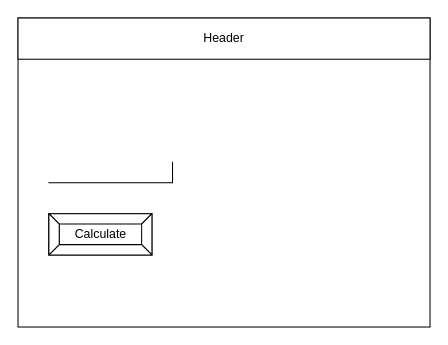
Lucas-Tyman/ICS2O-Unit5-02-HTML keeps this draw.io diagram as design/story-board.drawio. Above is the earlier version. Source tidied: cells renumbered, new cells numbered last; positions are measured from the earlier drawing's top-left corner, leaving out a move shared by most shapes. Both pictures are drawn from the tidied source at 103%, with x=0, y=0 at pixel (18, 18).
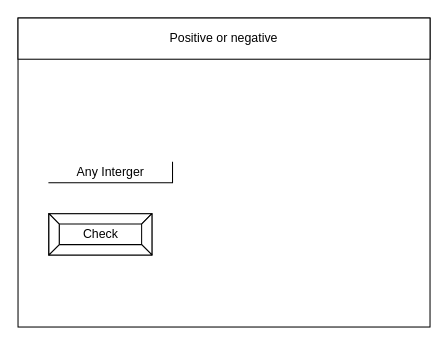
The same page after the edit.

Commit message (it also covers changes not shown here):
story board

The edit, as a diff of the source:
```diff
@@
 <mxGraphModel>
   <root>
     <mxCell id="0" />
     <mxCell id="1" parent="0" />
     <mxCell id="2" style="rounded=0;whiteSpace=wrap;html=1;" parent="1" vertex="1">
       <mxGeometry width="400" height="300" as="geometry" />
     </mxCell>
-    <mxCell id="3" value="Header" style="rounded=0;whiteSpace=wrap;html=1;" parent="1" vertex="1">
+    <mxCell id="3" value="Positive or negative" style="rounded=0;whiteSpace=wrap;html=1;" parent="1" vertex="1">
       <mxGeometry width="400" height="40" as="geometry" />
     </mxCell>
-    <mxCell id="4" style="shape=partialRectangle;whiteSpace=wrap;html=1;top=0;left=0;fillColor=none;" parent="1" vertex="1">
+    <mxCell id="4" value="Any Interger" style="shape=partialRectangle;whiteSpace=wrap;html=1;top=0;left=0;fillColor=none;" parent="1" vertex="1">
       <mxGeometry x="30" y="140" width="120" height="20" as="geometry" />
     </mxCell>
-    <mxCell id="5" value="Calculate" style="labelPosition=center;verticalLabelPosition=middle;align=center;html=1;shape=mxgraph.basic.button;dx=10;" parent="1" vertex="1">
+    <mxCell id="5" value="Check" style="labelPosition=center;verticalLabelPosition=middle;align=center;html=1;shape=mxgraph.basic.button;dx=10;" parent="1" vertex="1">
       <mxGeometry x="30" y="190" width="100" height="40" as="geometry" />
     </mxCell>
   </root>
 </mxGraphModel>
```
